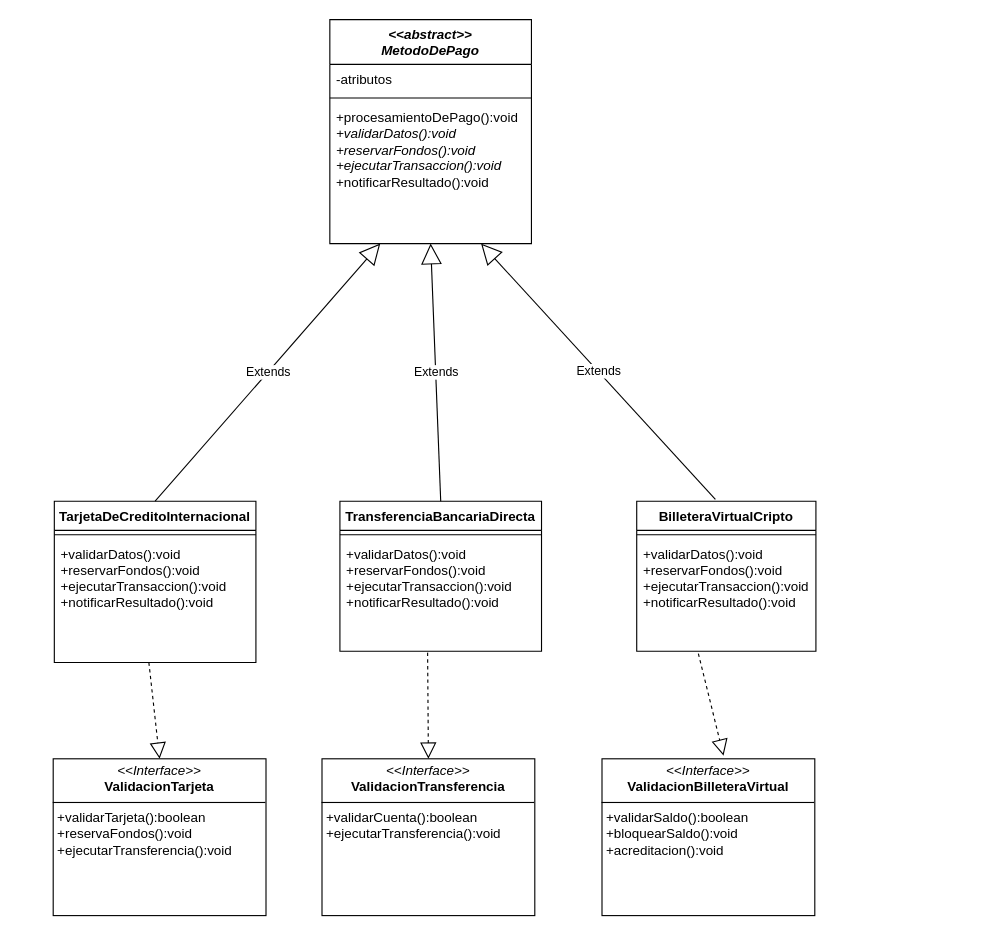
Before: Diagrama sin título.drawio in camilaines-prog/unqui-po2-mela, a draw.io diagram. Source tidied: cells renumbered, new cells numbered last; positions are measured from the earlier drawing's top-left corner, leaving out a move shared by most shapes. Both pictures are drawn from the tidied source at 112%, with x=0, y=0 at pixel (53, 19).
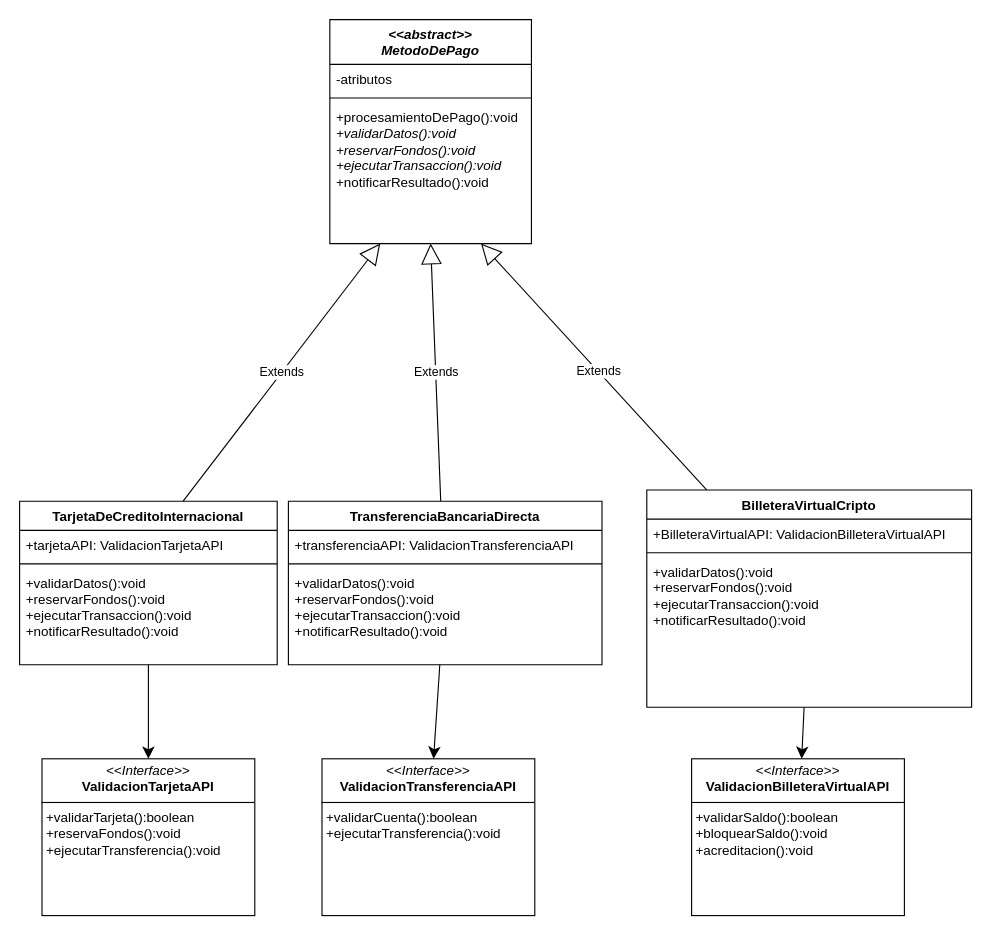
Above is the later version.

Unchanged cells that the change refers to:
```xml
<mxCell id="5" value="&lt;div&gt;&lt;i&gt;&amp;lt;&amp;lt;abstract&amp;gt;&amp;gt;&lt;/i&gt;&lt;/div&gt;&lt;i&gt;MetodoDePago&lt;/i&gt;" style="swimlane;fontStyle=1;align=center;verticalAlign=top;horizontal=1;startSize=40;whiteSpace=wrap;html=1;" parent="1" vertex="1">
  <mxGeometry x="247" width="180" height="200" as="geometry" />
</mxCell>
```

The edit, as a diff of the source:
```diff
@@
-    <mxCell id="2" value="TransferenciaBancariaDirecta" style="swimlane;fontStyle=1;align=center;verticalAlign=top;horizontal=1;startSize=26;whiteSpace=wrap;html=1;" parent="1" vertex="1">
-      <mxGeometry x="256" y="430" width="180" height="134" as="geometry" />
-    </mxCell>
-    <mxCell id="3" style="line;strokeWidth=1;fillColor=none;align=left;verticalAlign=middle;spacingTop=-1;spacingLeft=3;spacingRight=3;labelPosition=right;strokeColor=inherit;" parent="2" vertex="1">
-      <mxGeometry y="26" width="180" height="8" as="geometry" />
-    </mxCell>
-    <mxCell id="4" value="&lt;div&gt;+validarDatos():void&lt;/div&gt;&lt;div&gt;+reservarFondos():void&lt;/div&gt;&lt;div&gt;+ejecutarTransaccion():void&lt;/div&gt;&lt;div&gt;+notificarResultado():void&lt;/div&gt;" style="text;strokeColor=none;fillColor=none;align=left;verticalAlign=top;spacingLeft=4;spacingRight=4;overflow=hidden;points=[[0,0.5],[1,0.5]];portConstraint=eastwest;whiteSpace=wrap;html=1;" parent="2" vertex="1">
-      <mxGeometry y="34" width="180" height="100" as="geometry" />
-    </mxCell>
@@
-    <mxCell id="9" value="BilleteraVirtualCripto" style="swimlane;fontStyle=1;align=center;verticalAlign=top;horizontal=1;startSize=26;whiteSpace=wrap;html=1;" parent="1" vertex="1">
-      <mxGeometry x="521" y="430" width="160" height="134" as="geometry" />
-    </mxCell>
-    <mxCell id="10" style="line;strokeWidth=1;fillColor=none;align=left;verticalAlign=middle;spacingTop=-1;spacingLeft=3;spacingRight=3;labelPosition=right;strokeColor=inherit;" parent="9" vertex="1">
-      <mxGeometry y="26" width="160" height="8" as="geometry" />
-    </mxCell>
-    <mxCell id="11" value="&lt;div&gt;+validarDatos():void&lt;/div&gt;&lt;div&gt;+reservarFondos():void&lt;/div&gt;&lt;div&gt;+ejecutarTransaccion():void&lt;/div&gt;&lt;div&gt;+notificarResultado():void&lt;/div&gt;" style="text;strokeColor=none;fillColor=none;align=left;verticalAlign=top;spacingLeft=4;spacingRight=4;overflow=hidden;points=[[0,0.5],[1,0.5]];portConstraint=eastwest;whiteSpace=wrap;html=1;" parent="9" vertex="1">
-      <mxGeometry y="34" width="160" height="100" as="geometry" />
-    </mxCell>
-    <mxCell id="12" value="TarjetaDeCreditoInternacional" style="swimlane;fontStyle=1;align=center;verticalAlign=top;horizontal=1;startSize=26;whiteSpace=wrap;html=1;" parent="1" vertex="1">
-      <mxGeometry x="1" y="430" width="180" height="144" as="geometry" />
-    </mxCell>
-    <mxCell id="13" style="line;strokeWidth=1;fillColor=none;align=left;verticalAlign=middle;spacingTop=-1;spacingLeft=3;spacingRight=3;labelPosition=right;strokeColor=inherit;" parent="12" vertex="1">
-      <mxGeometry y="26" width="180" height="8" as="geometry" />
-    </mxCell>
-    <mxCell id="14" value="&lt;div&gt;+validarDatos():void&lt;/div&gt;&lt;div&gt;+reservarFondos():void&lt;/div&gt;&lt;div&gt;+ejecutarTransaccion():void&lt;/div&gt;&lt;div&gt;+notificarResultado():void&lt;/div&gt;" style="text;strokeColor=none;fillColor=none;align=left;verticalAlign=top;spacingLeft=4;spacingRight=4;overflow=hidden;points=[[0,0.5],[1,0.5]];portConstraint=eastwest;whiteSpace=wrap;html=1;" parent="12" vertex="1">
-      <mxGeometry y="34" width="180" height="110" as="geometry" />
-    </mxCell>
-    <mxCell id="15" value="&lt;p style=&quot;margin:0px;margin-top:4px;text-align:center;&quot;&gt;&lt;i&gt;&amp;lt;&amp;lt;Interface&amp;gt;&amp;gt;&lt;/i&gt;&lt;br&gt;&lt;b&gt;ValidacionBilleteraVirtual&lt;/b&gt;&lt;/p&gt;&lt;hr size=&quot;1&quot; style=&quot;border-style:solid;&quot;&gt;&lt;p style=&quot;margin:0px;margin-left:4px;&quot;&gt;+validarSaldo():boolean&lt;/p&gt;&lt;p style=&quot;margin:0px;margin-left:4px;&quot;&gt;+bloquearSaldo():void&lt;/p&gt;&lt;p style=&quot;margin:0px;margin-left:4px;&quot;&gt;+acreditacion():void&lt;/p&gt;" style="verticalAlign=top;align=left;overflow=fill;html=1;whiteSpace=wrap;" parent="1" vertex="1">
-      <mxGeometry x="490" y="660" width="190" height="140" as="geometry" />
+    <mxCell id="15" value="&lt;p style=&quot;margin:0px;margin-top:4px;text-align:center;&quot;&gt;&lt;i&gt;&amp;lt;&amp;lt;Interface&amp;gt;&amp;gt;&lt;/i&gt;&lt;br&gt;&lt;b&gt;ValidacionBilleteraVirtualAPI&lt;/b&gt;&lt;/p&gt;&lt;hr size=&quot;1&quot; style=&quot;border-style:solid;&quot;&gt;&lt;p style=&quot;margin:0px;margin-left:4px;&quot;&gt;+validarSaldo():boolean&lt;/p&gt;&lt;p style=&quot;margin:0px;margin-left:4px;&quot;&gt;+bloquearSaldo():void&lt;/p&gt;&lt;p style=&quot;margin:0px;margin-left:4px;&quot;&gt;+acreditacion():void&lt;/p&gt;" style="verticalAlign=top;align=left;overflow=fill;html=1;whiteSpace=wrap;" parent="1" vertex="1">
+      <mxGeometry x="570" y="660" width="190" height="140" as="geometry" />
     </mxCell>
-    <mxCell id="16" value="&lt;p style=&quot;margin:0px;margin-top:4px;text-align:center;&quot;&gt;&lt;i&gt;&amp;lt;&amp;lt;Interface&amp;gt;&amp;gt;&lt;/i&gt;&lt;br&gt;&lt;b&gt;ValidacionTransferencia&lt;/b&gt;&lt;/p&gt;&lt;hr size=&quot;1&quot; style=&quot;border-style:solid;&quot;&gt;&lt;p style=&quot;margin:0px;margin-left:4px;&quot;&gt;+validarCuenta():boolean&lt;br&gt;&lt;/p&gt;&lt;p style=&quot;margin:0px;margin-left:4px;&quot;&gt;+ejecutarTransferencia():void&lt;/p&gt;" style="verticalAlign=top;align=left;overflow=fill;html=1;whiteSpace=wrap;" parent="1" vertex="1">
+    <mxCell id="16" value="&lt;p style=&quot;margin:0px;margin-top:4px;text-align:center;&quot;&gt;&lt;i&gt;&amp;lt;&amp;lt;Interface&amp;gt;&amp;gt;&lt;/i&gt;&lt;br&gt;&lt;b&gt;ValidacionTransferenciaAPI&lt;/b&gt;&lt;/p&gt;&lt;hr size=&quot;1&quot; style=&quot;border-style:solid;&quot;&gt;&lt;p style=&quot;margin:0px;margin-left:4px;&quot;&gt;+validarCuenta():boolean&lt;br&gt;&lt;/p&gt;&lt;p style=&quot;margin:0px;margin-left:4px;&quot;&gt;+ejecutarTransferencia():void&lt;/p&gt;" style="verticalAlign=top;align=left;overflow=fill;html=1;whiteSpace=wrap;" parent="1" vertex="1">
       <mxGeometry x="240" y="660" width="190" height="140" as="geometry" />
     </mxCell>
-    <mxCell id="17" value="&lt;p style=&quot;margin:0px;margin-top:4px;text-align:center;&quot;&gt;&lt;i&gt;&amp;lt;&amp;lt;Interface&amp;gt;&amp;gt;&lt;/i&gt;&lt;br&gt;&lt;b&gt;ValidacionTarjeta&lt;/b&gt;&lt;/p&gt;&lt;hr size=&quot;1&quot; style=&quot;border-style:solid;&quot;&gt;&lt;p style=&quot;margin:0px;margin-left:4px;&quot;&gt;+validarTarjeta():boolean&lt;/p&gt;&lt;p style=&quot;margin:0px;margin-left:4px;&quot;&gt;+reservaFondos():void&lt;/p&gt;&lt;p style=&quot;margin:0px;margin-left:4px;&quot;&gt;+ejecutarTransferencia():void&lt;/p&gt;" style="verticalAlign=top;align=left;overflow=fill;html=1;whiteSpace=wrap;" parent="1" vertex="1">
-      <mxGeometry y="660" width="190" height="140" as="geometry" />
+    <mxCell id="17" value="&lt;p style=&quot;margin:0px;margin-top:4px;text-align:center;&quot;&gt;&lt;i&gt;&amp;lt;&amp;lt;Interface&amp;gt;&amp;gt;&lt;/i&gt;&lt;br&gt;&lt;b&gt;ValidacionTarjetaAPI&lt;/b&gt;&lt;/p&gt;&lt;hr size=&quot;1&quot; style=&quot;border-style:solid;&quot;&gt;&lt;p style=&quot;margin:0px;margin-left:4px;&quot;&gt;+validarTarjeta():boolean&lt;/p&gt;&lt;p style=&quot;margin:0px;margin-left:4px;&quot;&gt;+reservaFondos():void&lt;/p&gt;&lt;p style=&quot;margin:0px;margin-left:4px;&quot;&gt;+ejecutarTransferencia():void&lt;/p&gt;" style="verticalAlign=top;align=left;overflow=fill;html=1;whiteSpace=wrap;" parent="1" vertex="1">
+      <mxGeometry x="-10" y="660" width="190" height="140" as="geometry" />
     </mxCell>
-    <mxCell id="18" style="endArrow=block;dashed=1;endFill=0;endSize=12;html=1;rounded=0;exitX=0.469;exitY=1;exitDx=0;exitDy=0;exitPerimeter=0;entryX=0.5;entryY=0;entryDx=0;entryDy=0;" parent="1" edge="1" source="14" target="17">
-      <mxGeometry relative="1" as="geometry" />
-    </mxCell>
-    <mxCell id="19" style="endArrow=block;dashed=1;endFill=0;endSize=12;html=1;rounded=0;exitX=0.435;exitY=1.012;exitDx=0;exitDy=0;exitPerimeter=0;entryX=0.5;entryY=0;entryDx=0;entryDy=0;" parent="1" edge="1" source="4" target="16">
-      <mxGeometry relative="1" as="geometry" />
-    </mxCell>
-    <mxCell id="20" style="endArrow=block;dashed=1;endFill=0;endSize=12;html=1;rounded=0;exitX=0.344;exitY=1.02;exitDx=0;exitDy=0;exitPerimeter=0;entryX=0.571;entryY=-0.02;entryDx=0;entryDy=0;entryPerimeter=0;" parent="1" edge="1" source="11" target="15">
-      <mxGeometry relative="1" as="geometry" />
-    </mxCell>
-    <mxCell id="21" value="Extends" style="endArrow=block;endSize=16;endFill=0;html=1;rounded=0;exitX=0.5;exitY=0;exitDx=0;exitDy=0;entryX=0.25;entryY=1;entryDx=0;entryDy=0;" parent="1" edge="1" source="12" target="5">
-      <mxGeometry relative="1" as="geometry" />
+    <mxCell id="21" value="Extends" style="endArrow=block;endSize=16;endFill=0;html=1;rounded=0;exitX=0.5;exitY=0;exitDx=0;exitDy=0;entryX=0.25;entryY=1;entryDx=0;entryDy=0;" parent="1" edge="1" target="5">
+      <mxGeometry relative="1" as="geometry">
+        <mxPoint x="116" y="430" as="sourcePoint" />
+      </mxGeometry>
     </mxCell>
-    <mxCell id="22" value="Extends" style="endArrow=block;endSize=16;endFill=0;html=1;rounded=0;exitX=0.5;exitY=0;exitDx=0;exitDy=0;entryX=0.5;entryY=1;entryDx=0;entryDy=0;" parent="1" edge="1" source="2" target="5">
-      <mxGeometry relative="1" as="geometry" />
+    <mxCell id="22" value="Extends" style="endArrow=block;endSize=16;endFill=0;html=1;rounded=0;exitX=0.5;exitY=0;exitDx=0;exitDy=0;entryX=0.5;entryY=1;entryDx=0;entryDy=0;" parent="1" edge="1" target="5">
+      <mxGeometry relative="1" as="geometry">
+        <mxPoint x="346" y="430" as="sourcePoint" />
+      </mxGeometry>
     </mxCell>
-    <mxCell id="23" value="Extends" style="endArrow=block;endSize=16;endFill=0;html=1;rounded=0;exitX=0.439;exitY=-0.012;exitDx=0;exitDy=0;entryX=0.75;entryY=1;entryDx=0;entryDy=0;exitPerimeter=0;" parent="1" edge="1" source="9" target="5">
-      <mxGeometry relative="1" as="geometry" />
+    <mxCell id="23" value="Extends" style="endArrow=block;endSize=16;endFill=0;html=1;rounded=0;exitX=0.439;exitY=-0.012;exitDx=0;exitDy=0;entryX=0.75;entryY=1;entryDx=0;entryDy=0;exitPerimeter=0;" parent="1" edge="1" target="5">
+      <mxGeometry relative="1" as="geometry">
+        <mxPoint x="591.2" y="428.4" as="sourcePoint" />
+      </mxGeometry>
     </mxCell>
+    <mxCell id="24" style="edgeStyle=none;curved=1;rounded=0;curveGeometry=1;jettySize=auto;html=1;fontSize=12;defaultLabelBackgroundColor=page;startSize=8;endSize=8;" parent="1" edge="1" source="9" target="15">
+      <mxGeometry relative="1" as="geometry" />
+    </mxCell>
+    <mxCell id="9" value="BilleteraVirtualCripto" style="swimlane;fontStyle=1;align=center;verticalAlign=top;horizontal=1;startSize=26;whiteSpace=wrap;html=1;" parent="1" vertex="1">
+      <mxGeometry x="530" y="420" width="290" height="194" as="geometry" />
+    </mxCell>
+    <mxCell id="25" value="+BilleteraVirtualAPI: ValidacionBilleteraVirtualAPI" style="text;strokeColor=none;fillColor=none;align=left;verticalAlign=top;spacingLeft=4;spacingRight=4;overflow=hidden;whiteSpace=wrap;html=1;" parent="9" vertex="1">
+      <mxGeometry y="26" width="290" height="26" as="geometry" />
+    </mxCell>
+    <mxCell id="26" style="line;strokeWidth=1;fillColor=none;align=left;verticalAlign=middle;spacingTop=-1;spacingLeft=3;spacingRight=3;labelPosition=right;strokeColor=inherit;labelPerimeter=1;" parent="9" vertex="1">
+      <mxGeometry y="52" width="290" height="8" as="geometry" />
+    </mxCell>
+    <mxCell id="27" value="&lt;div&gt;+validarDatos():void&lt;/div&gt;&lt;div&gt;+reservarFondos():void&lt;/div&gt;&lt;div&gt;+ejecutarTransaccion():void&lt;/div&gt;&lt;div&gt;+notificarResultado():void&lt;/div&gt;" style="text;strokeColor=none;fillColor=none;align=left;verticalAlign=top;spacingLeft=4;spacingRight=4;overflow=hidden;whiteSpace=wrap;html=1;" parent="9" vertex="1">
+      <mxGeometry y="60" width="290" height="134" as="geometry" />
+    </mxCell>
+    <mxCell id="28" style="edgeStyle=none;curved=1;rounded=0;curveGeometry=1;jettySize=auto;html=1;fontSize=12;defaultLabelBackgroundColor=page;startSize=8;endSize=8;" parent="1" edge="1" source="2" target="16">
+      <mxGeometry relative="1" as="geometry" />
+    </mxCell>
+    <mxCell id="2" value="TransferenciaBancariaDirecta" style="swimlane;fontStyle=1;align=center;verticalAlign=top;horizontal=1;startSize=26;whiteSpace=wrap;html=1;" parent="1" vertex="1">
+      <mxGeometry x="210" y="430" width="280" height="146" as="geometry" />
+    </mxCell>
+    <mxCell id="29" value="+transferenciaAPI: ValidacionTransferenciaAPI" style="text;strokeColor=none;fillColor=none;align=left;verticalAlign=top;spacingLeft=4;spacingRight=4;overflow=hidden;whiteSpace=wrap;html=1;" parent="2" vertex="1">
+      <mxGeometry y="26" width="280" height="26" as="geometry" />
+    </mxCell>
+    <mxCell id="30" style="line;strokeWidth=1;fillColor=none;align=left;verticalAlign=middle;spacingTop=-1;spacingLeft=3;spacingRight=3;labelPosition=right;strokeColor=inherit;labelPerimeter=1;" parent="2" vertex="1">
+      <mxGeometry y="52" width="280" height="8" as="geometry" />
+    </mxCell>
+    <mxCell id="31" value="&lt;div&gt;+validarDatos():void&lt;/div&gt;&lt;div&gt;+reservarFondos():void&lt;/div&gt;&lt;div&gt;+ejecutarTransaccion():void&lt;/div&gt;&lt;div&gt;+notificarResultado():void&lt;/div&gt;" style="text;strokeColor=none;fillColor=none;align=left;verticalAlign=top;spacingLeft=4;spacingRight=4;overflow=hidden;whiteSpace=wrap;html=1;" parent="2" vertex="1">
+      <mxGeometry y="60" width="280" height="86" as="geometry" />
+    </mxCell>
+    <mxCell id="32" style="edgeStyle=none;curved=1;rounded=0;curveGeometry=1;jettySize=auto;html=1;fontSize=12;defaultLabelBackgroundColor=page;startSize=8;endSize=8;" parent="1" edge="1" source="12" target="17">
+      <mxGeometry relative="1" as="geometry" />
+    </mxCell>
+    <mxCell id="12" value="TarjetaDeCreditoInternacional" style="swimlane;fontStyle=1;align=center;verticalAlign=top;horizontal=1;startSize=26;whiteSpace=wrap;html=1;" parent="1" vertex="1">
+      <mxGeometry x="-30" y="430" width="230" height="146" as="geometry" />
+    </mxCell>
+    <mxCell id="33" value="+tarjetaAPI: ValidacionTarjetaAPI" style="text;strokeColor=none;fillColor=none;align=left;verticalAlign=top;spacingLeft=4;spacingRight=4;overflow=hidden;whiteSpace=wrap;html=1;" parent="12" vertex="1">
+      <mxGeometry y="26" width="230" height="26" as="geometry" />
+    </mxCell>
+    <mxCell id="34" style="line;strokeWidth=1;fillColor=none;align=left;verticalAlign=middle;spacingTop=-1;spacingLeft=3;spacingRight=3;labelPosition=right;strokeColor=inherit;labelPerimeter=1;" parent="12" vertex="1">
+      <mxGeometry y="52" width="230" height="8" as="geometry" />
+    </mxCell>
+    <mxCell id="35" value="&lt;div&gt;+validarDatos():void&lt;/div&gt;&lt;div&gt;+reservarFondos():void&lt;/div&gt;&lt;div&gt;+ejecutarTransaccion():void&lt;/div&gt;&lt;div&gt;+notificarResultado():void&lt;/div&gt;" style="text;strokeColor=none;fillColor=none;align=left;verticalAlign=top;spacingLeft=4;spacingRight=4;overflow=hidden;whiteSpace=wrap;html=1;" parent="12" vertex="1">
+      <mxGeometry y="60" width="230" height="86" as="geometry" />
+    </mxCell>
```
